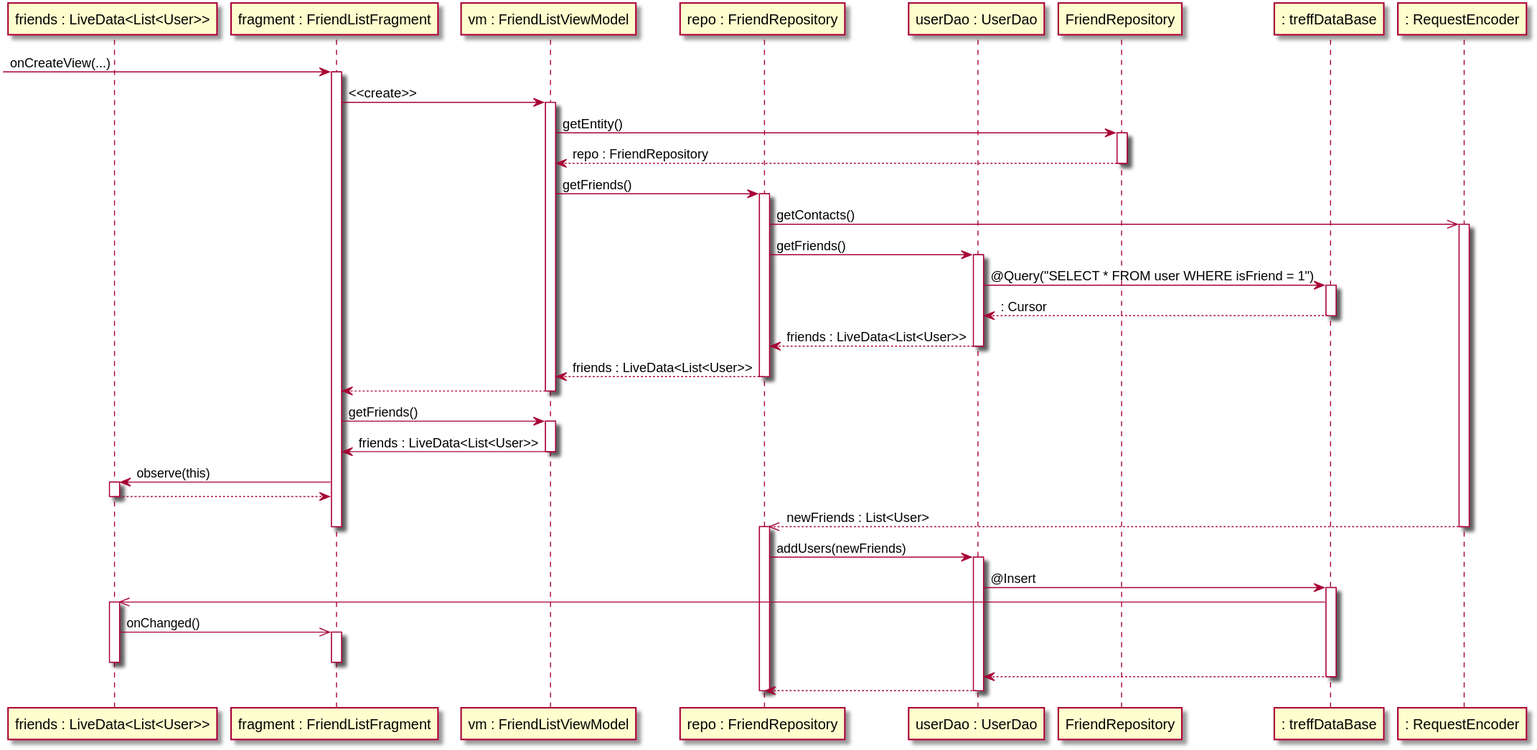
Before: entwurf/images/datafetch.svg, a diagram exported from PlantUML (V0G3L/treff.). The source it was exported from:
```plantuml
@startuml
participant "friends : LiveData<List<User>>" as LD
participant "fragment : FriendListFragment" as FLF
participant "vm : FriendListViewModel" as VM
participant "repo : FriendRepository" as REP
participant "userDao : UserDao" as DAO
participant "FriendRepository" as FR
participant ": treffDataBase" as DB
participant ": RequestEncoder" as ENC

-> FLF: onCreateView(...)
activate FLF
FLF -> VM: <<create>>
activate VM
VM -> FR: getEntity()
activate FR
FR --> VM: repo : FriendRepository
deactivate FR
VM -> REP: getFriends()
activate REP
REP ->> ENC: getContacts()
activate ENC
REP -> DAO: getFriends()
activate DAO
DAO -> DB: @Query("SELECT * FROM user WHERE isFriend = 1")
activate DB
DB --> DAO: : Cursor
deactivate DB
DAO --> REP: friends : LiveData<List<User>>
deactivate DAO
REP --> VM: friends : LiveData<List<User>>
deactivate REP
VM --> FLF
deactivate VM

FLF -> VM: getFriends()
activate VM
VM -> FLF: friends : LiveData<List<User>>
deactivate VM
FLF -> LD: observe(this)
activate LD
LD --> FLF
deactivate LD

ENC -->> REP: newFriends : List<User>
deactivate FLF
deactivate ENC
activate REP
REP -> DAO:addUsers(newFriends)
activate DAO
DAO -> DB: @Insert
activate DB
DB ->> LD
activate LD
LD ->> FLF: onChanged()
activate FLF
deactivate LD
deactivate FLF
DB --> DAO
deactivate DB
DAO --> REP
deactivate DAO
deactivate REP

@enduml
```
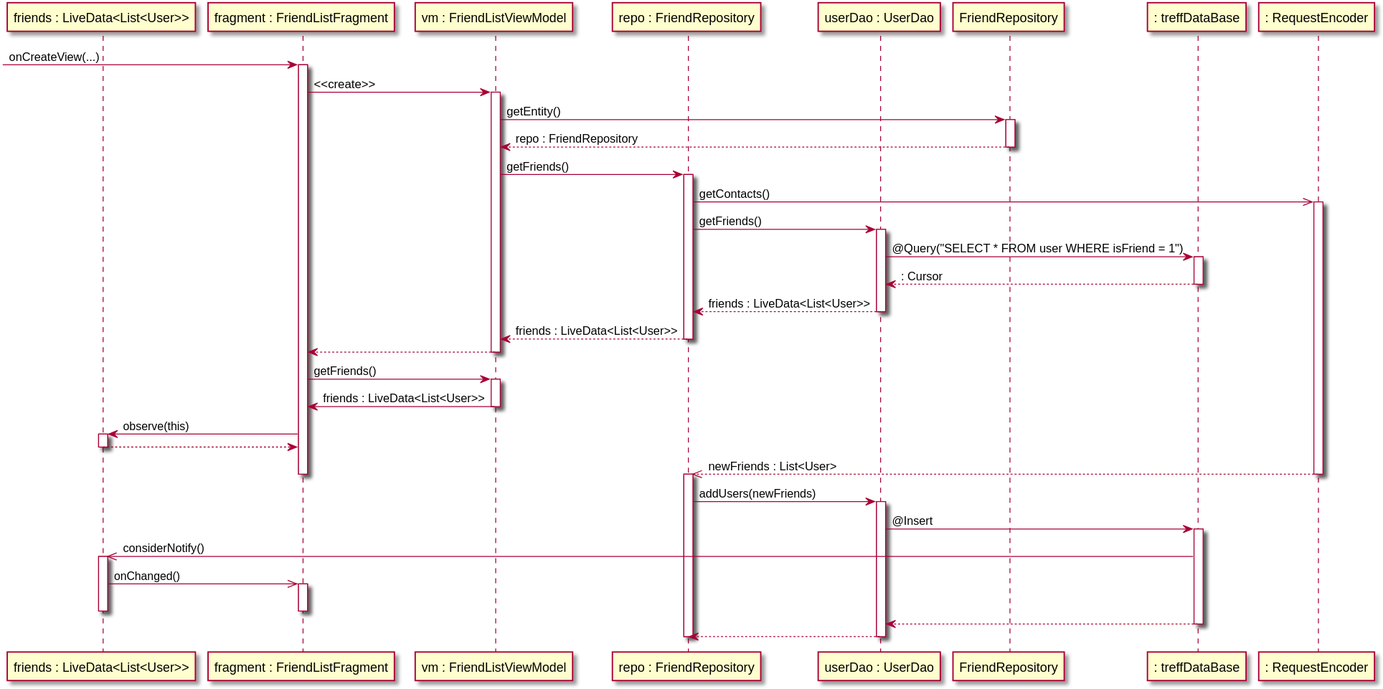
The same file after the commit.

What changed in the source:
```diff
@@ -50,7 +50,7 @@
 activate DAO
 DAO -> DB: @Insert
 activate DB
-DB ->> LD
+DB ->> LD : considerNotify()
 activate LD
 LD ->> FLF: onChanged()
 activate FLF
```
